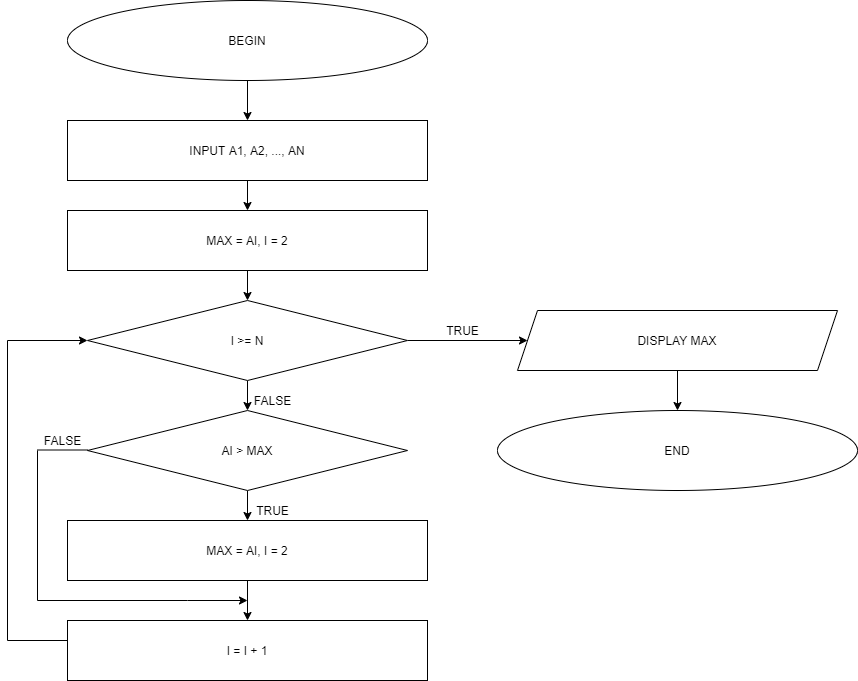
The draw.io diagram ss3/bài tập/Mô tả thuật toán tìm giá trị lớn nhất trong một dãy số/Untitled Diagram.drawio.png in duyhien2410/C1021G1-TranLeDuyHien, before a commit. Source tidied: cells renumbered, new cells last; positions are measured from the earlier drawing's top-left corner, leaving out a move shared by most shapes.
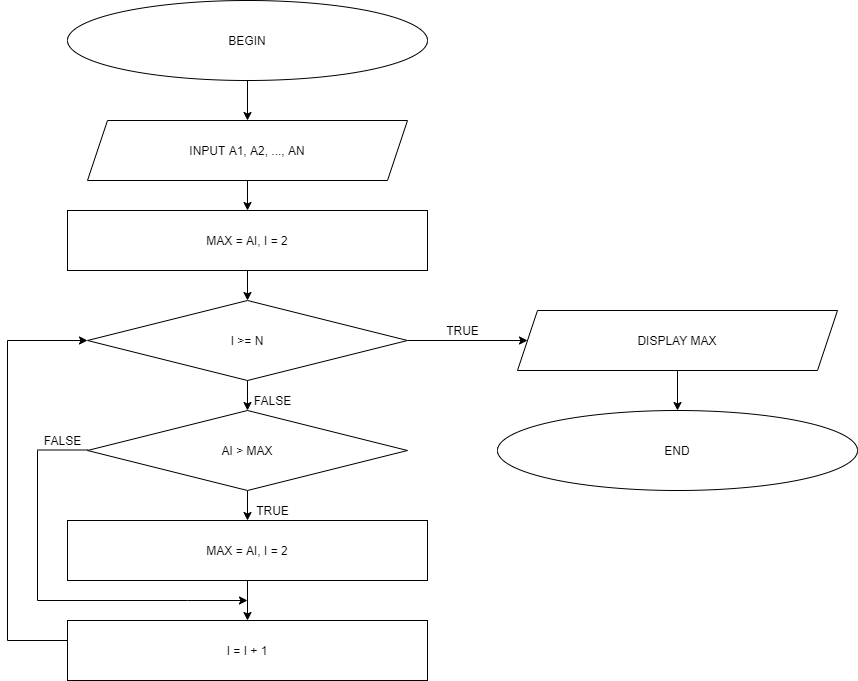
The same diagram one commit later.

What changed in the source:
```diff
@@ -2,8 +2,10 @@
   <root>
     <mxCell id="0" />
     <mxCell id="1" parent="0" />
-    <mxCell id="2" style="edgeStyle=orthogonalEdgeStyle;rounded=0;jettySize=auto;html=1;" parent="1" edge="1" source="3" target="6">
-      <mxGeometry relative="1" as="geometry" />
+    <mxCell id="2" style="edgeStyle=orthogonalEdgeStyle;rounded=0;jettySize=auto;html=1;" parent="1" edge="1" source="3">
+      <mxGeometry relative="1" as="geometry">
+        <mxPoint x="240" y="120" as="targetPoint" />
+      </mxGeometry>
     </mxCell>
     <mxCell id="3" value="BEGIN" style="ellipse;whiteSpace=wrap;html=1;" parent="1" vertex="1">
       <mxGeometry x="60" width="360" height="80" as="geometry" />
@@ -11,14 +13,12 @@
     <mxCell id="4" value="END" style="ellipse;whiteSpace=wrap;html=1;" parent="1" vertex="1">
       <mxGeometry x="490" y="410" width="360" height="80" as="geometry" />
     </mxCell>
-    <mxCell id="5" style="edgeStyle=orthogonalEdgeStyle;rounded=0;jettySize=auto;html=1;" parent="1" edge="1" source="6">
+    <mxCell id="5" style="edgeStyle=orthogonalEdgeStyle;rounded=0;orthogonalLoop=1;jettySize=auto;html=1;" parent="1" edge="1">
       <mxGeometry relative="1" as="geometry">
+        <mxPoint x="240" y="180" as="sourcePoint" />
         <mxPoint x="240" y="210" as="targetPoint" />
       </mxGeometry>
     </mxCell>
-    <mxCell id="6" value="INPUT A1, A2, ..., AN" style="rounded=0;whiteSpace=wrap;html=1;" parent="1" vertex="1">
-      <mxGeometry x="60" y="120" width="360" height="60" as="geometry" />
-    </mxCell>
     <mxCell id="7" style="edgeStyle=orthogonalEdgeStyle;rounded=0;jettySize=auto;html=1;" parent="1" edge="1" source="8" target="11">
       <mxGeometry relative="1" as="geometry" />
     </mxCell>
@@ -98,5 +98,8 @@
     <mxCell id="26" value="TRUE" style="text;html=1;align=center;verticalAlign=middle;fillColor=none;strokeColor=none;rounded=0;" parent="1" vertex="1">
       <mxGeometry x="240" y="500" width="50" height="20" as="geometry" />
     </mxCell>
+    <mxCell id="6" value="INPUT A1, A2, ..., AN" style="shape=parallelogram;perimeter=parallelogramPerimeter;whiteSpace=wrap;html=1;fixedSize=1;" parent="1" vertex="1">
+      <mxGeometry x="80" y="120" width="320" height="60" as="geometry" />
+    </mxCell>
   </root>
 </mxGraphModel>
```
